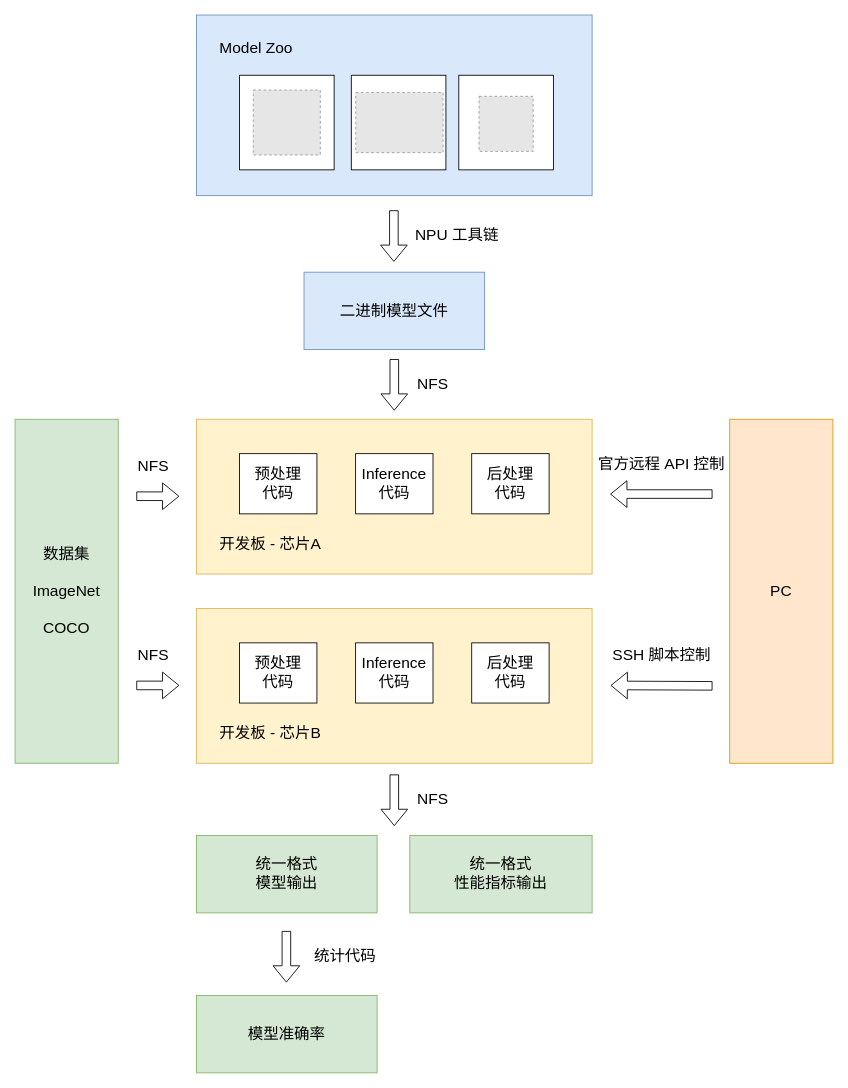
The draw.io diagram 模型测试流程.drawio in YayuNi/draw.io, before the edit. Source tidied: cells renumbered, new cells numbered last; positions are measured from the earlier drawing's top-left corner, leaving out a move shared by most shapes. Both pictures are drawn from the tidied source at 86%, with x=0, y=0 at pixel (15, 15). Pictures stored in the file or linked from it are replaced by grey dashed boxes.
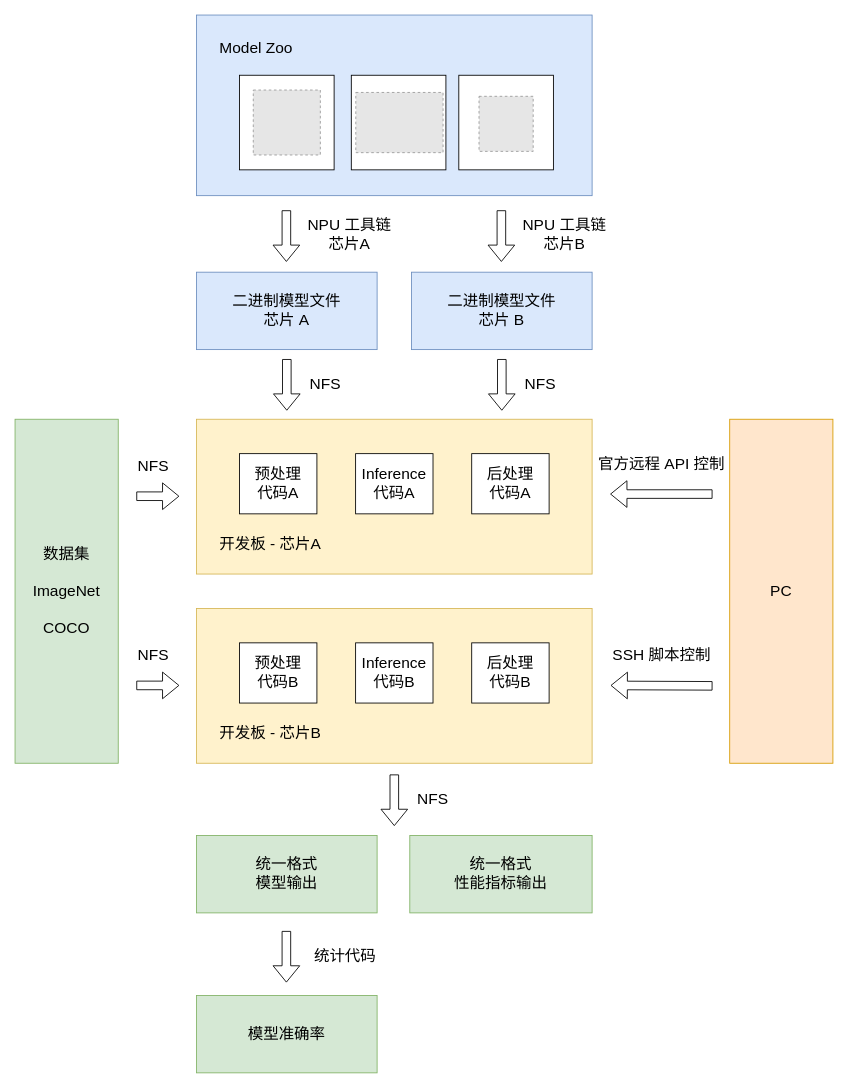
Above is the later version.

Commit message (it also covers changes not shown here):
Update 模型测试流程.drawio

The change refers to these unchanged cells:
```xml
<mxCell id="15" style="group;verticalAlign=bottom;align=left;" parent="1" vertex="1">
  <mxGeometry x="211" y="470" width="460" height="180" as="geometry" />
</mxCell>
<mxCell id="30" style="group;verticalAlign=bottom;align=left;" parent="1" vertex="1">
  <mxGeometry x="211" y="690" width="460" height="180" as="geometry" />
</mxCell>
```

Change to the diagram source:
```diff
@@
     <mxCell id="13" style="shape=flexArrow;endArrow=classic;html=1;rounded=0;fontSize=18;" parent="1" edge="1">
       <mxGeometry relative="1" as="geometry">
-        <mxPoint x="440.5" y="227" as="sourcePoint" />
-        <mxPoint x="440.5" y="287" as="targetPoint" />
+        <mxPoint x="315.5" y="227" as="sourcePoint" />
+        <mxPoint x="315.5" y="287" as="targetPoint" />
       </mxGeometry>
     </mxCell>
-    <mxCell id="14" value="NPU 工具链" style="text;html=1;strokeColor=none;fillColor=none;align=center;verticalAlign=middle;whiteSpace=wrap;rounded=0;labelBackgroundColor=none;labelBorderColor=none;fontSize=18;" parent="1" vertex="1">
-      <mxGeometry x="449" y="241" width="130" height="30" as="geometry" />
+    <mxCell id="14" value="NPU 工具链&lt;br&gt;芯片A" style="text;html=1;strokeColor=none;fillColor=none;align=center;verticalAlign=middle;whiteSpace=wrap;rounded=0;labelBackgroundColor=none;labelBorderColor=none;fontSize=18;" parent="1" vertex="1">
+      <mxGeometry x="324" y="241" width="130" height="30" as="geometry" />
     </mxCell>
@@
-    <mxCell id="17" value="预处理&lt;br&gt;代码" style="rounded=0;whiteSpace=wrap;html=1;labelBackgroundColor=none;labelBorderColor=none;fontSize=18;" parent="15" vertex="1">
+    <mxCell id="17" value="预处理&lt;br&gt;代码A" style="rounded=0;whiteSpace=wrap;html=1;labelBackgroundColor=none;labelBorderColor=none;fontSize=18;" parent="15" vertex="1">
       <mxGeometry x="50" y="40" width="90" height="70" as="geometry" />
     </mxCell>
-    <mxCell id="18" value="Inference&lt;br&gt;代码" style="rounded=0;whiteSpace=wrap;html=1;labelBackgroundColor=none;labelBorderColor=none;fontSize=18;" parent="15" vertex="1">
+    <mxCell id="18" value="Inference&lt;br&gt;代码A" style="rounded=0;whiteSpace=wrap;html=1;labelBackgroundColor=none;labelBorderColor=none;fontSize=18;" parent="15" vertex="1">
       <mxGeometry x="185" y="40" width="90" height="70" as="geometry" />
     </mxCell>
-    <mxCell id="19" value="后处理&lt;br&gt;代码" style="rounded=0;whiteSpace=wrap;html=1;labelBackgroundColor=none;labelBorderColor=none;fontSize=18;" parent="15" vertex="1">
+    <mxCell id="19" value="后处理&lt;br&gt;代码A" style="rounded=0;whiteSpace=wrap;html=1;labelBackgroundColor=none;labelBorderColor=none;fontSize=18;" parent="15" vertex="1">
       <mxGeometry x="320" y="40" width="90" height="70" as="geometry" />
     </mxCell>
     <mxCell id="20" style="group;" parent="1" vertex="1">
-      <mxGeometry x="336" y="299" width="210" height="90" as="geometry" />
+      <mxGeometry x="211" y="299" width="210" height="90" as="geometry" />
     </mxCell>
-    <mxCell id="21" value="二进制模型文件" style="rounded=0;whiteSpace=wrap;html=1;labelBackgroundColor=none;labelBorderColor=none;fontSize=18;fillColor=#dae8fc;strokeColor=#6c8ebf;" parent="20" vertex="1">
+    <mxCell id="21" value="二进制模型文件&lt;br&gt;芯片 A" style="rounded=0;whiteSpace=wrap;html=1;labelBackgroundColor=none;labelBorderColor=none;fontSize=18;fillColor=#dae8fc;strokeColor=#6c8ebf;" parent="20" vertex="1">
       <mxGeometry width="210" height="90" as="geometry" />
     </mxCell>
     <mxCell id="22" style="shape=flexArrow;endArrow=classic;html=1;rounded=0;fontSize=18;" parent="1" edge="1">
       <mxGeometry relative="1" as="geometry">
-        <mxPoint x="441" y="400" as="sourcePoint" />
-        <mxPoint x="441" y="460" as="targetPoint" />
+        <mxPoint x="316" y="400" as="sourcePoint" />
+        <mxPoint x="316" y="460" as="targetPoint" />
       </mxGeometry>
     </mxCell>
     <mxCell id="23" value="NFS" style="text;html=1;strokeColor=none;fillColor=none;align=center;verticalAlign=middle;whiteSpace=wrap;rounded=0;labelBackgroundColor=none;labelBorderColor=none;fontSize=18;" parent="1" vertex="1">
-      <mxGeometry x="449.5" y="414" width="72" height="30" as="geometry" />
+      <mxGeometry x="324.5" y="414" width="72" height="30" as="geometry" />
     </mxCell>
@@
-    <mxCell id="32" value="预处理&lt;br&gt;代码" style="rounded=0;whiteSpace=wrap;html=1;labelBackgroundColor=none;labelBorderColor=none;fontSize=18;" parent="30" vertex="1">
+    <mxCell id="32" value="预处理&lt;br&gt;代码B" style="rounded=0;whiteSpace=wrap;html=1;labelBackgroundColor=none;labelBorderColor=none;fontSize=18;" parent="30" vertex="1">
       <mxGeometry x="50" y="40" width="90" height="70" as="geometry" />
     </mxCell>
-    <mxCell id="33" value="Inference&lt;br&gt;代码" style="rounded=0;whiteSpace=wrap;html=1;labelBackgroundColor=none;labelBorderColor=none;fontSize=18;" parent="30" vertex="1">
+    <mxCell id="33" value="Inference&lt;br&gt;代码B" style="rounded=0;whiteSpace=wrap;html=1;labelBackgroundColor=none;labelBorderColor=none;fontSize=18;" parent="30" vertex="1">
       <mxGeometry x="185" y="40" width="90" height="70" as="geometry" />
     </mxCell>
-    <mxCell id="34" value="后处理&lt;br&gt;代码" style="rounded=0;whiteSpace=wrap;html=1;labelBackgroundColor=none;labelBorderColor=none;fontSize=18;" parent="30" vertex="1">
+    <mxCell id="34" value="后处理&lt;br&gt;代码B" style="rounded=0;whiteSpace=wrap;html=1;labelBackgroundColor=none;labelBorderColor=none;fontSize=18;" parent="30" vertex="1">
       <mxGeometry x="320" y="40" width="90" height="70" as="geometry" />
     </mxCell>
@@
+    <mxCell id="46" style="shape=flexArrow;endArrow=classic;html=1;rounded=0;fontSize=18;" parent="1" edge="1">
+      <mxGeometry relative="1" as="geometry">
+        <mxPoint x="565.5" y="227" as="sourcePoint" />
+        <mxPoint x="565.5" y="287" as="targetPoint" />
+      </mxGeometry>
+    </mxCell>
+    <mxCell id="47" value="NPU 工具链&lt;br&gt;芯片B" style="text;html=1;strokeColor=none;fillColor=none;align=center;verticalAlign=middle;whiteSpace=wrap;rounded=0;labelBackgroundColor=none;labelBorderColor=none;fontSize=18;" parent="1" vertex="1">
+      <mxGeometry x="574" y="241" width="130" height="30" as="geometry" />
+    </mxCell>
+    <mxCell id="48" style="group;" parent="1" vertex="1">
+      <mxGeometry x="461" y="299" width="210" height="90" as="geometry" />
+    </mxCell>
+    <mxCell id="49" value="二进制模型文件&lt;br&gt;芯片 B" style="rounded=0;whiteSpace=wrap;html=1;labelBackgroundColor=none;labelBorderColor=none;fontSize=18;fillColor=#dae8fc;strokeColor=#6c8ebf;" parent="48" vertex="1">
+      <mxGeometry width="210" height="90" as="geometry" />
+    </mxCell>
+    <mxCell id="50" style="shape=flexArrow;endArrow=classic;html=1;rounded=0;fontSize=18;" parent="1" edge="1">
+      <mxGeometry relative="1" as="geometry">
+        <mxPoint x="566" y="400" as="sourcePoint" />
+        <mxPoint x="566" y="460" as="targetPoint" />
+      </mxGeometry>
+    </mxCell>
+    <mxCell id="51" value="NFS" style="text;html=1;strokeColor=none;fillColor=none;align=center;verticalAlign=middle;whiteSpace=wrap;rounded=0;labelBackgroundColor=none;labelBorderColor=none;fontSize=18;" parent="1" vertex="1">
+      <mxGeometry x="574.5" y="414" width="72" height="30" as="geometry" />
+    </mxCell>
```
